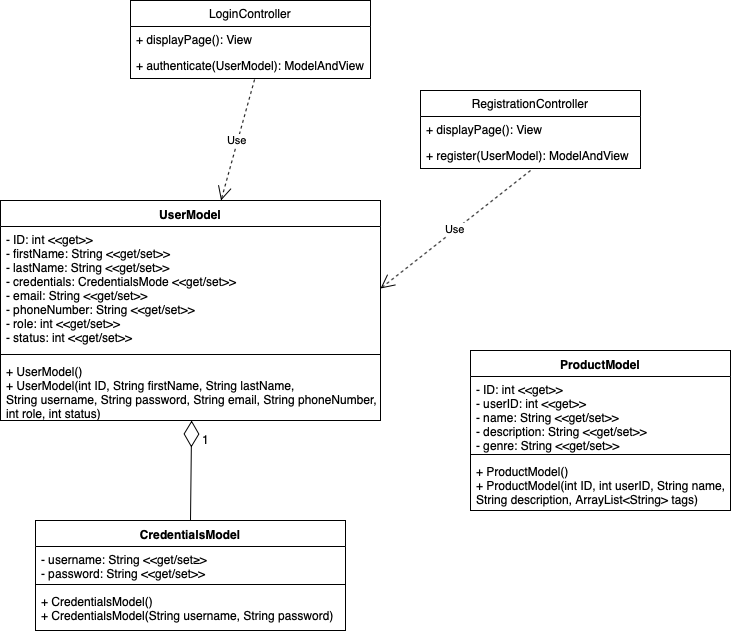
BradyBerner/SpringCLC keeps this draw.io diagram as Documentation/uml.png. Above is the earlier version. Source tidied: cells renumbered, new cells last; positions are measured from the earlier drawing's top-left corner, leaving out a move shared by most shapes.
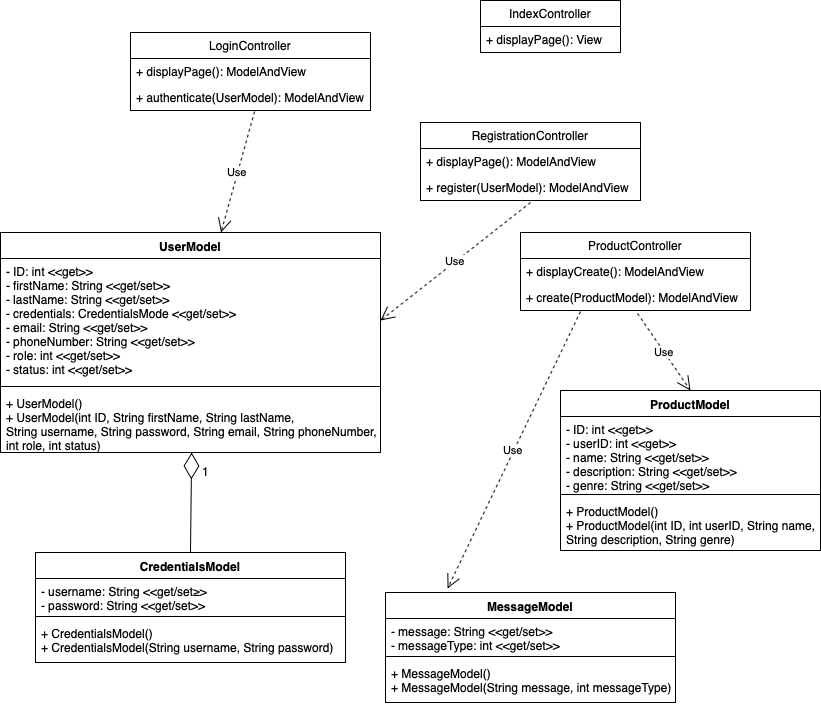
The same file after the commit.

What changed in the source:
```diff
@@ -17,7 +17,7 @@
     <mxCell id="6" value="LoginController" style="swimlane;fontStyle=0;horizontal=1;startSize=26;fillColor=none;" parent="1" vertex="1">
       <mxGeometry x="130" width="240" height="78" as="geometry" />
     </mxCell>
-    <mxCell id="7" value="+ displayPage(): View" style="text;strokeColor=none;fillColor=none;align=left;verticalAlign=top;spacingLeft=4;spacingRight=4;overflow=hidden;" parent="6" vertex="1">
+    <mxCell id="7" value="+ displayPage(): ModelAndView" style="text;strokeColor=none;fillColor=none;align=left;verticalAlign=top;spacingLeft=4;spacingRight=4;overflow=hidden;" parent="6" vertex="1">
       <mxGeometry y="26" width="240" height="26" as="geometry" />
     </mxCell>
     <mxCell id="8" value="+ authenticate(UserModel): ModelAndView" style="text;strokeColor=none;fillColor=none;align=left;verticalAlign=top;spacingLeft=4;spacingRight=4;overflow=hidden;points=[[0,0.5],[1,0.5]];portConstraint=eastwest;" parent="6" vertex="1">
@@ -26,7 +26,7 @@
     <mxCell id="9" value="RegistrationController" style="swimlane;fontStyle=0;horizontal=1;startSize=26;fillColor=none;" parent="1" vertex="1">
       <mxGeometry x="420" y="90" width="220" height="78" as="geometry" />
     </mxCell>
-    <mxCell id="10" value="+ displayPage(): View" style="text;strokeColor=none;fillColor=none;align=left;verticalAlign=top;spacingLeft=4;spacingRight=4;overflow=hidden;" parent="9" vertex="1">
+    <mxCell id="10" value="+ displayPage(): ModelAndView" style="text;strokeColor=none;fillColor=none;align=left;verticalAlign=top;spacingLeft=4;spacingRight=4;overflow=hidden;" parent="9" vertex="1">
       <mxGeometry y="26" width="220" height="26" as="geometry" />
     </mxCell>
     <mxCell id="11" value="+ register(UserModel): ModelAndView" style="text;strokeColor=none;fillColor=none;align=left;verticalAlign=top;spacingLeft=4;spacingRight=4;overflow=hidden;" parent="9" vertex="1">
@@ -59,7 +59,7 @@
       <mxGeometry x="200" y="430" width="20" height="20" as="geometry" />
     </mxCell>
     <mxCell id="20" value="ProductModel" style="swimlane;fontStyle=1;align=center;verticalAlign=top;horizontal=1;startSize=26;" parent="1" vertex="1">
-      <mxGeometry x="470" y="350" width="260" height="160" as="geometry" />
+      <mxGeometry x="560" y="358" width="260" height="160" as="geometry" />
     </mxCell>
     <mxCell id="21" value="- ID: int &lt;&lt;get&gt;&gt;&#10;- userID: int &lt;&lt;get&gt;&gt;&#10;- name: String &lt;&lt;get/set&gt;&gt;&#10;- description: String &lt;&lt;get/set&gt;&gt;&#10;- genre: String &lt;&lt;get/set&gt;&gt;" style="text;strokeColor=none;fillColor=none;align=left;verticalAlign=top;spacingLeft=4;spacingRight=4;overflow=hidden;" parent="20" vertex="1">
       <mxGeometry y="26" width="260" height="74" as="geometry" />
@@ -67,8 +67,41 @@
     <mxCell id="22" style="line;strokeWidth=1;fillColor=none;align=left;verticalAlign=middle;spacingTop=-1;spacingLeft=3;spacingRight=3;labelPosition=right;" parent="20" vertex="1">
       <mxGeometry y="100" width="260" height="8" as="geometry" />
     </mxCell>
-    <mxCell id="23" value="+ ProductModel()&#10;+ ProductModel(int ID, int userID, String name,&#10;String description, ArrayList&lt;String&gt; tags)" style="text;strokeColor=none;fillColor=none;align=left;verticalAlign=top;spacingLeft=4;spacingRight=4;overflow=hidden;" parent="20" vertex="1">
+    <mxCell id="23" value="+ ProductModel()&#10;+ ProductModel(int ID, int userID, String name,&#10;String description, String genre)" style="text;strokeColor=none;fillColor=none;align=left;verticalAlign=top;spacingLeft=4;spacingRight=4;overflow=hidden;" parent="20" vertex="1">
       <mxGeometry y="108" width="260" height="52" as="geometry" />
     </mxCell>
+    <mxCell id="24" value="IndexController" style="swimlane;fontStyle=0;horizontal=1;startSize=26;fillColor=none;" parent="1" vertex="1">
+      <mxGeometry x="480" y="-32" width="140" height="52" as="geometry" />
+    </mxCell>
+    <mxCell id="25" value="+ displayPage(): View" style="text;strokeColor=none;fillColor=none;align=left;verticalAlign=top;spacingLeft=4;spacingRight=4;overflow=hidden;" parent="24" vertex="1">
+      <mxGeometry y="26" width="140" height="26" as="geometry" />
+    </mxCell>
+    <mxCell id="26" value="ProductController" style="swimlane;fontStyle=0;horizontal=1;startSize=26;fillColor=none;" parent="1" vertex="1">
+      <mxGeometry x="520" y="200" width="230" height="78" as="geometry" />
+    </mxCell>
+    <mxCell id="27" value="+ displayCreate(): ModelAndView" style="text;strokeColor=none;fillColor=none;align=left;verticalAlign=top;spacingLeft=4;spacingRight=4;overflow=hidden;" parent="26" vertex="1">
+      <mxGeometry y="26" width="230" height="26" as="geometry" />
+    </mxCell>
+    <mxCell id="28" value="+ create(ProductModel): ModelAndView" style="text;strokeColor=none;fillColor=none;align=left;verticalAlign=top;spacingLeft=4;spacingRight=4;overflow=hidden;points=[[0,0.5],[1,0.5]];portConstraint=eastwest;" parent="26" vertex="1">
+      <mxGeometry y="52" width="230" height="26" as="geometry" />
+    </mxCell>
+    <mxCell id="29" value="Use" style="endArrow=open;endSize=12;dashed=1;html=1;exitX=0.509;exitY=1.115;exitDx=0;exitDy=0;exitPerimeter=0;entryX=0.5;entryY=0;entryDx=0;entryDy=0;" parent="1" edge="1" source="28" target="20">
+      <mxGeometry relative="1" as="geometry" />
+    </mxCell>
+    <mxCell id="30" value="MessageModel" style="swimlane;fontStyle=1;align=center;verticalAlign=top;horizontal=1;startSize=26;" parent="1" vertex="1">
+      <mxGeometry x="385" y="560" width="290" height="110" as="geometry" />
+    </mxCell>
+    <mxCell id="31" value="- message: String &lt;&lt;get/set&gt;&gt;&#10;- messageType: int &lt;&lt;get/set&gt;&gt;" style="text;strokeColor=none;fillColor=none;align=left;verticalAlign=top;spacingLeft=4;spacingRight=4;overflow=hidden;" parent="30" vertex="1">
+      <mxGeometry y="26" width="290" height="34" as="geometry" />
+    </mxCell>
+    <mxCell id="32" style="line;strokeWidth=1;fillColor=none;align=left;verticalAlign=middle;spacingTop=-1;spacingLeft=3;spacingRight=3;labelPosition=right;" parent="30" vertex="1">
+      <mxGeometry y="60" width="290" height="8" as="geometry" />
+    </mxCell>
+    <mxCell id="33" value="+ MessageModel()&#10;+ MessageModel(String message, int messageType)" style="text;strokeColor=none;fillColor=none;align=left;verticalAlign=top;spacingLeft=4;spacingRight=4;overflow=hidden;" parent="30" vertex="1">
+      <mxGeometry y="68" width="290" height="42" as="geometry" />
+    </mxCell>
+    <mxCell id="34" value="Use" style="endArrow=open;endSize=12;dashed=1;html=1;exitX=0.261;exitY=1.038;exitDx=0;exitDy=0;exitPerimeter=0;entryX=0.214;entryY=-0.036;entryDx=0;entryDy=0;entryPerimeter=0;" parent="1" edge="1" source="28" target="30">
+      <mxGeometry relative="1" as="geometry" />
+    </mxCell>
   </root>
 </mxGraphModel>
```
